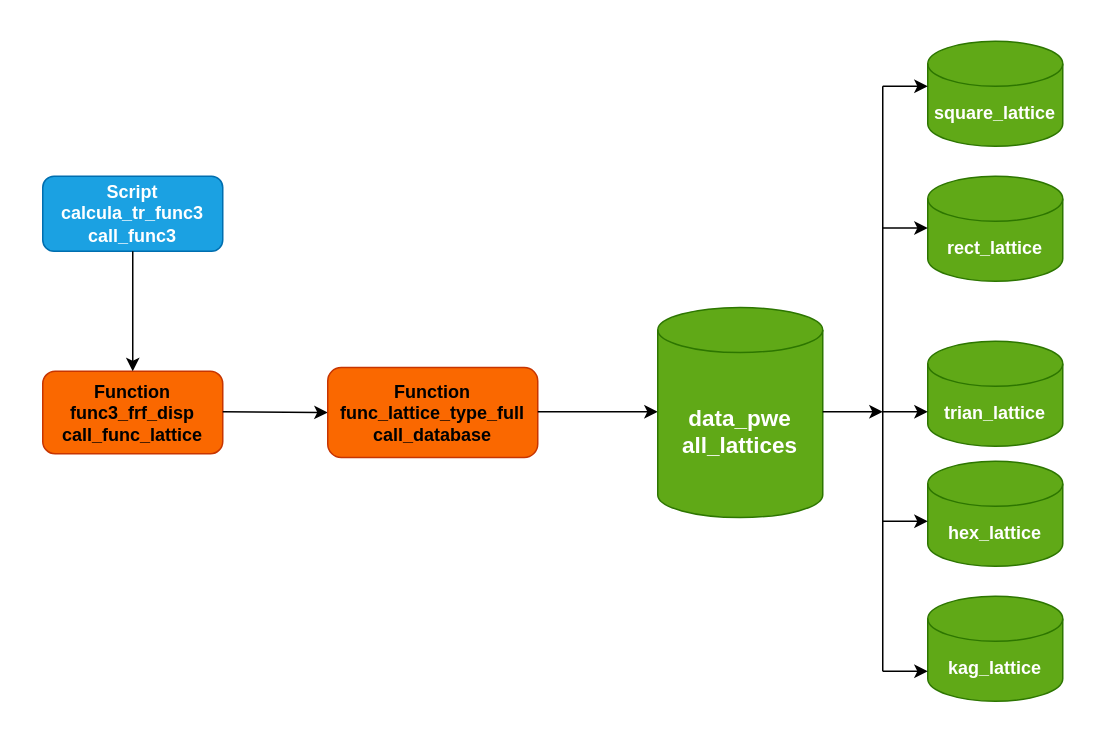
Before: fig1_Transmittance/fig1_pipeline_data.drawio in anderson-ferreira-83/Article_publish_comp_lattices_thin_plate_2023_anderson_83, a draw.io diagram. Source tidied: cells renumbered, new cells numbered last; positions are measured from the earlier drawing's top-left corner, leaving out a move shared by most shapes. Both pictures are drawn from the tidied source at 150%, with x=0, y=0 at pixel (42, 40).
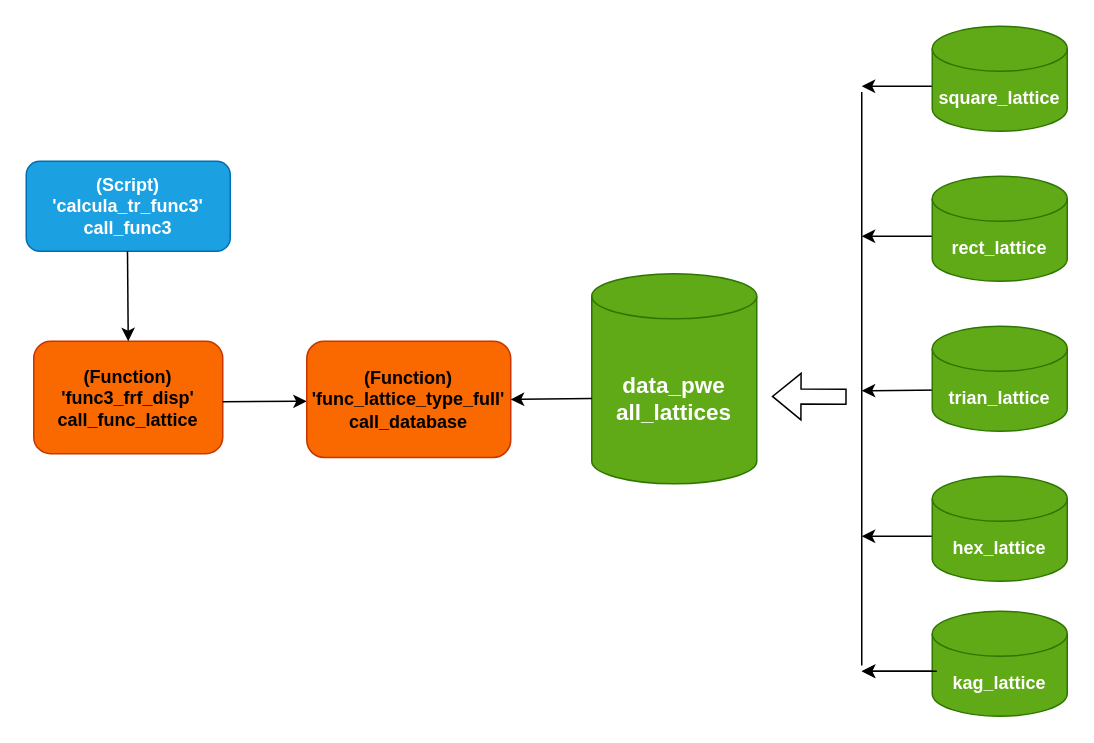
After the change.

The edit, as a diff of the source:
```diff
@@
-    <mxCell id="2" value="&lt;div&gt;Script&lt;/div&gt;calcula_tr_func3&lt;div&gt;call_func3&lt;/div&gt;" style="rounded=1;whiteSpace=wrap;html=1;fontSize=12;glass=0;strokeWidth=1;shadow=0;fillColor=#1ba1e2;fontColor=#ffffff;strokeColor=#006EAF;fontStyle=1;" parent="1" vertex="1">
-      <mxGeometry y="90" width="120" height="50" as="geometry" />
+    <mxCell id="2" value="&lt;div&gt;(Script)&lt;/div&gt;'calcula_tr_func3'&lt;div&gt;call_func3&lt;/div&gt;" style="rounded=1;whiteSpace=wrap;html=1;fontSize=12;glass=0;strokeWidth=1;shadow=0;fillColor=#1ba1e2;fontColor=#ffffff;strokeColor=#006EAF;fontStyle=1;" parent="1" vertex="1">
+      <mxGeometry x="-11" y="80" width="136" height="60" as="geometry" />
     </mxCell>
-    <mxCell id="3" value="&lt;div&gt;Function&lt;/div&gt;&lt;div&gt;&lt;span style=&quot;background-color: initial;&quot;&gt;func3_frf_disp&lt;/span&gt;&lt;/div&gt;&lt;div&gt;&lt;span style=&quot;background-color: initial;&quot;&gt;call_func_lattice&lt;/span&gt;&lt;/div&gt;" style="rounded=1;whiteSpace=wrap;html=1;fontSize=12;glass=0;strokeWidth=1;shadow=0;fillColor=#fa6800;fontColor=#000000;strokeColor=#C73500;fontStyle=1;" parent="1" vertex="1">
-      <mxGeometry y="220" width="120" height="55" as="geometry" />
+    <mxCell id="3" value="&lt;div&gt;(Function)&lt;/div&gt;&lt;div&gt;&lt;span style=&quot;background-color: initial;&quot;&gt;'func3_frf_disp'&lt;/span&gt;&lt;/div&gt;&lt;div&gt;&lt;span style=&quot;background-color: initial;&quot;&gt;call_func_lattice&lt;/span&gt;&lt;/div&gt;" style="rounded=1;whiteSpace=wrap;html=1;fontSize=12;glass=0;strokeWidth=1;shadow=0;fillColor=#fa6800;fontColor=#000000;strokeColor=#C73500;fontStyle=1;" parent="1" vertex="1">
+      <mxGeometry x="-6" y="200" width="126" height="75" as="geometry" />
     </mxCell>
-    <mxCell id="4" style="endArrow=classic;html=1;rounded=0;entryX=0;entryY=0.5;entryDx=0;entryDy=0;" parent="1" edge="1" target="5">
+    <mxCell id="4" style="endArrow=classic;html=1;rounded=0;" parent="1" edge="1">
       <mxGeometry relative="1" as="geometry">
-        <mxPoint x="120" y="247" as="sourcePoint" />
+        <mxPoint x="120" y="240.3" as="sourcePoint" />
+        <mxPoint x="176" y="240" as="targetPoint" />
       </mxGeometry>
     </mxCell>
-    <mxCell id="5" value="&lt;div&gt;Function&lt;/div&gt;func_lattice_type_full&lt;div&gt;call_database&lt;/div&gt;" style="rounded=1;whiteSpace=wrap;html=1;fontSize=12;glass=0;strokeWidth=1;shadow=0;fillColor=#fa6800;fontColor=#000000;strokeColor=#C73500;fontStyle=1;" parent="1" vertex="1">
-      <mxGeometry x="190" y="217.5" width="140" height="60" as="geometry" />
+    <mxCell id="5" value="&lt;div&gt;(Function)&lt;/div&gt;'func_lattice_type_full'&lt;div&gt;call_database&lt;/div&gt;" style="rounded=1;whiteSpace=wrap;html=1;fontSize=12;glass=0;strokeWidth=1;shadow=0;fillColor=#fa6800;fontColor=#000000;strokeColor=#C73500;fontStyle=1;" parent="1" vertex="1">
+      <mxGeometry x="176" y="200" width="136" height="77.5" as="geometry" />
     </mxCell>
-    <mxCell id="6" style="endArrow=classic;html=1;rounded=0;exitX=1;exitY=0.5;exitDx=0;exitDy=0;" parent="1" edge="1">
-      <mxGeometry relative="1" as="geometry">
-        <mxPoint x="330" y="247" as="sourcePoint" />
-        <mxPoint x="410" y="247" as="targetPoint" />
-        <Array as="points">
-          <mxPoint x="400" y="247" />
-        </Array>
-      </mxGeometry>
-    </mxCell>
     <mxCell id="7" value="&lt;b&gt;&lt;font style=&quot;font-size: 15px;&quot;&gt;data_pwe&lt;/font&gt;&lt;/b&gt;&lt;div&gt;&lt;b&gt;&lt;font style=&quot;font-size: 15px;&quot;&gt;all_lattices&lt;/font&gt;&lt;/b&gt;&lt;/div&gt;" style="shape=cylinder3;whiteSpace=wrap;html=1;boundedLbl=1;backgroundOutline=1;size=15;fillColor=#60a917;fontColor=#ffffff;strokeColor=#2D7600;" parent="1" vertex="1">
-      <mxGeometry x="410" y="177.5" width="110" height="140" as="geometry" />
+      <mxGeometry x="366" y="155" width="110" height="140" as="geometry" />
     </mxCell>
-    <mxCell id="8" style="endArrow=classic;html=1;rounded=0;entryX=0.5;entryY=0;entryDx=0;entryDy=0;exitX=0.5;exitY=1;exitDx=0;exitDy=0;" parent="1" edge="1" source="2" target="3">
-      <mxGeometry relative="1" as="geometry" />
+    <mxCell id="8" style="endArrow=classic;html=1;rounded=0;entryX=0.5;entryY=0;entryDx=0;entryDy=0;" parent="1" edge="1" target="3">
+      <mxGeometry relative="1" as="geometry">
+        <mxPoint x="56.5" y="140" as="sourcePoint" />
+      </mxGeometry>
     </mxCell>
-    <mxCell id="9" value="square_lattice" style="shape=cylinder3;whiteSpace=wrap;html=1;boundedLbl=1;backgroundOutline=1;size=15;fillColor=#60a917;fontColor=#ffffff;strokeColor=#2D7600;fontStyle=1;" parent="1" vertex="1">
-      <mxGeometry x="590" width="90" height="70" as="geometry" />
-    </mxCell>
-    <mxCell id="10" value="rect_lattice" style="shape=cylinder3;whiteSpace=wrap;html=1;boundedLbl=1;backgroundOutline=1;size=15;fillColor=#60a917;fontColor=#ffffff;strokeColor=#2D7600;fontStyle=1;" parent="1" vertex="1">
-      <mxGeometry x="590" y="90" width="90" height="70" as="geometry" />
-    </mxCell>
-    <mxCell id="11" value="trian_lattice" style="shape=cylinder3;whiteSpace=wrap;html=1;boundedLbl=1;backgroundOutline=1;size=15;fillColor=#60a917;fontColor=#ffffff;strokeColor=#2D7600;fontStyle=1;" parent="1" vertex="1">
-      <mxGeometry x="590" y="200" width="90" height="70" as="geometry" />
-    </mxCell>
-    <mxCell id="12" value="hex_lattice" style="shape=cylinder3;whiteSpace=wrap;html=1;boundedLbl=1;backgroundOutline=1;size=15;fillColor=#60a917;fontColor=#ffffff;strokeColor=#2D7600;fontStyle=1;" parent="1" vertex="1">
-      <mxGeometry x="590" y="280" width="90" height="70" as="geometry" />
-    </mxCell>
-    <mxCell id="13" value="kag_lattice" style="shape=cylinder3;whiteSpace=wrap;html=1;boundedLbl=1;backgroundOutline=1;size=15;fillColor=#60a917;fontColor=#ffffff;strokeColor=#2D7600;fontStyle=1;" parent="1" vertex="1">
-      <mxGeometry x="590" y="370" width="90" height="70" as="geometry" />
-    </mxCell>
-    <mxCell id="14" style="endArrow=classic;html=1;rounded=0;" parent="1" edge="1">
+    <mxCell id="14" style="endArrow=classic;html=1;rounded=0;entryX=1;entryY=0.5;entryDx=0;entryDy=0;" parent="1" edge="1" target="5">
       <mxGeometry relative="1" as="geometry">
-        <mxPoint x="520" y="247" as="sourcePoint" />
-        <mxPoint x="560" y="247" as="targetPoint" />
-        <Array as="points">
-          <mxPoint x="550" y="247" />
-        </Array>
+        <mxPoint x="366" y="238.1" as="sourcePoint" />
       </mxGeometry>
     </mxCell>
     <mxCell id="15" style="endArrow=none;html=1;rounded=0;" parent="1" edge="1">
       <mxGeometry relative="1" as="geometry">
-        <mxPoint x="560" y="420" as="sourcePoint" />
-        <mxPoint x="560" y="30" as="targetPoint" />
+        <mxPoint x="546" y="416.2" as="sourcePoint" />
+        <mxPoint x="546" y="33.8" as="targetPoint" />
         <Array as="points">
-          <mxPoint x="560" y="250" />
+          <mxPoint x="546" y="251.2" />
         </Array>
       </mxGeometry>
     </mxCell>
-    <mxCell id="16" style="endArrow=classic;html=1;rounded=0;" parent="1" edge="1">
-      <mxGeometry relative="1" as="geometry">
-        <mxPoint x="560" y="30" as="sourcePoint" />
-        <mxPoint x="590" y="30" as="targetPoint" />
-      </mxGeometry>
-    </mxCell>
-    <mxCell id="17" style="endArrow=classic;html=1;rounded=0;" parent="1" edge="1">
-      <mxGeometry relative="1" as="geometry">
-        <mxPoint x="560" y="124.5" as="sourcePoint" />
-        <mxPoint x="590" y="124.5" as="targetPoint" />
-      </mxGeometry>
-    </mxCell>
-    <mxCell id="18" style="endArrow=classic;html=1;rounded=0;" parent="1" edge="1">
-      <mxGeometry relative="1" as="geometry">
-        <mxPoint x="560" y="247" as="sourcePoint" />
-        <mxPoint x="590" y="247" as="targetPoint" />
-      </mxGeometry>
-    </mxCell>
-    <mxCell id="19" style="endArrow=classic;html=1;rounded=0;" parent="1" edge="1">
-      <mxGeometry relative="1" as="geometry">
-        <mxPoint x="560" y="320" as="sourcePoint" />
-        <mxPoint x="590" y="320" as="targetPoint" />
-      </mxGeometry>
-    </mxCell>
-    <mxCell id="20" style="endArrow=classic;html=1;rounded=0;" parent="1" edge="1">
-      <mxGeometry relative="1" as="geometry">
-        <mxPoint x="560" y="420" as="sourcePoint" />
-        <mxPoint x="590" y="420" as="targetPoint" />
-      </mxGeometry>
-    </mxCell>
+    <mxCell id="21" style="endArrow=classic;html=1;rounded=0;exitX=0.067;exitY=0.714;exitDx=0;exitDy=0;exitPerimeter=0;" parent="1" edge="1">
+      <mxGeometry relative="1" as="geometry">
+        <mxPoint x="596" y="420" as="sourcePoint" />
+        <mxPoint x="546" y="420" as="targetPoint" />
+      </mxGeometry>
+    </mxCell>
+    <mxCell id="13" value="kag_lattice" style="shape=cylinder3;whiteSpace=wrap;html=1;boundedLbl=1;backgroundOutline=1;size=15;fillColor=#60a917;fontColor=#ffffff;strokeColor=#2D7600;fontStyle=1;" parent="1" vertex="1">
+      <mxGeometry x="593" y="380" width="90" height="70" as="geometry" />
+    </mxCell>
+    <mxCell id="22" style="endArrow=classic;html=1;rounded=0;exitX=0.067;exitY=0.714;exitDx=0;exitDy=0;exitPerimeter=0;" parent="1" edge="1">
+      <mxGeometry relative="1" as="geometry">
+        <mxPoint x="599" y="30" as="sourcePoint" />
+        <mxPoint x="546" y="30" as="targetPoint" />
+      </mxGeometry>
+    </mxCell>
+    <mxCell id="9" value="square_lattice" style="shape=cylinder3;whiteSpace=wrap;html=1;boundedLbl=1;backgroundOutline=1;size=15;fillColor=#60a917;fontColor=#ffffff;strokeColor=#2D7600;fontStyle=1;" parent="1" vertex="1">
+      <mxGeometry x="593" y="-10" width="90" height="70" as="geometry" />
+    </mxCell>
+    <mxCell id="23" style="endArrow=classic;html=1;rounded=0;" parent="1" edge="1">
+      <mxGeometry relative="1" as="geometry">
+        <mxPoint x="603" y="130" as="sourcePoint" />
+        <mxPoint x="546" y="130" as="targetPoint" />
+      </mxGeometry>
+    </mxCell>
+    <mxCell id="10" value="rect_lattice" style="shape=cylinder3;whiteSpace=wrap;html=1;boundedLbl=1;backgroundOutline=1;size=15;fillColor=#60a917;fontColor=#ffffff;strokeColor=#2D7600;fontStyle=1;" parent="1" vertex="1">
+      <mxGeometry x="593" y="90" width="90" height="70" as="geometry" />
+    </mxCell>
+    <mxCell id="24" style="endArrow=classic;html=1;rounded=0;exitX=0.067;exitY=0.714;exitDx=0;exitDy=0;exitPerimeter=0;" parent="1" edge="1">
+      <mxGeometry relative="1" as="geometry">
+        <mxPoint x="599" y="232.5" as="sourcePoint" />
+        <mxPoint x="546" y="233" as="targetPoint" />
+      </mxGeometry>
+    </mxCell>
+    <mxCell id="11" value="trian_lattice" style="shape=cylinder3;whiteSpace=wrap;html=1;boundedLbl=1;backgroundOutline=1;size=15;fillColor=#60a917;fontColor=#ffffff;strokeColor=#2D7600;fontStyle=1;" parent="1" vertex="1">
+      <mxGeometry x="593" y="190" width="90" height="70" as="geometry" />
+    </mxCell>
+    <mxCell id="25" style="endArrow=classic;html=1;rounded=0;exitX=0.067;exitY=0.714;exitDx=0;exitDy=0;exitPerimeter=0;" parent="1" edge="1">
+      <mxGeometry relative="1" as="geometry">
+        <mxPoint x="599" y="330" as="sourcePoint" />
+        <mxPoint x="546" y="330" as="targetPoint" />
+      </mxGeometry>
+    </mxCell>
+    <mxCell id="12" value="hex_lattice" style="shape=cylinder3;whiteSpace=wrap;html=1;boundedLbl=1;backgroundOutline=1;size=15;fillColor=#60a917;fontColor=#ffffff;strokeColor=#2D7600;fontStyle=1;" parent="1" vertex="1">
+      <mxGeometry x="593" y="290" width="90" height="70" as="geometry" />
+    </mxCell>
+    <mxCell id="26" style="shape=flexArrow;endArrow=classic;html=1;rounded=0;" parent="1" edge="1">
+      <mxGeometry relative="1" as="geometry">
+        <mxPoint x="536" y="237" as="sourcePoint" />
+        <mxPoint x="486" y="236.8" as="targetPoint" />
+      </mxGeometry>
+    </mxCell>
+    <mxCell id="27" style="edgeStyle=orthogonalEdgeStyle;rounded=0;orthogonalLoop=1;jettySize=auto;html=1;exitX=0.5;exitY=1;exitDx=0;exitDy=0;" parent="1" edge="1" source="5" target="5">
+      <mxGeometry relative="1" as="geometry" />
+    </mxCell>
+    <mxCell id="28" style="endArrow=classic;html=1;rounded=0;exitX=0.067;exitY=0.714;exitDx=0;exitDy=0;exitPerimeter=0;" parent="1" edge="1">
+      <mxGeometry relative="1" as="geometry">
+        <mxPoint x="596" y="420" as="sourcePoint" />
+        <mxPoint x="546" y="420" as="targetPoint" />
+      </mxGeometry>
+    </mxCell>
```
